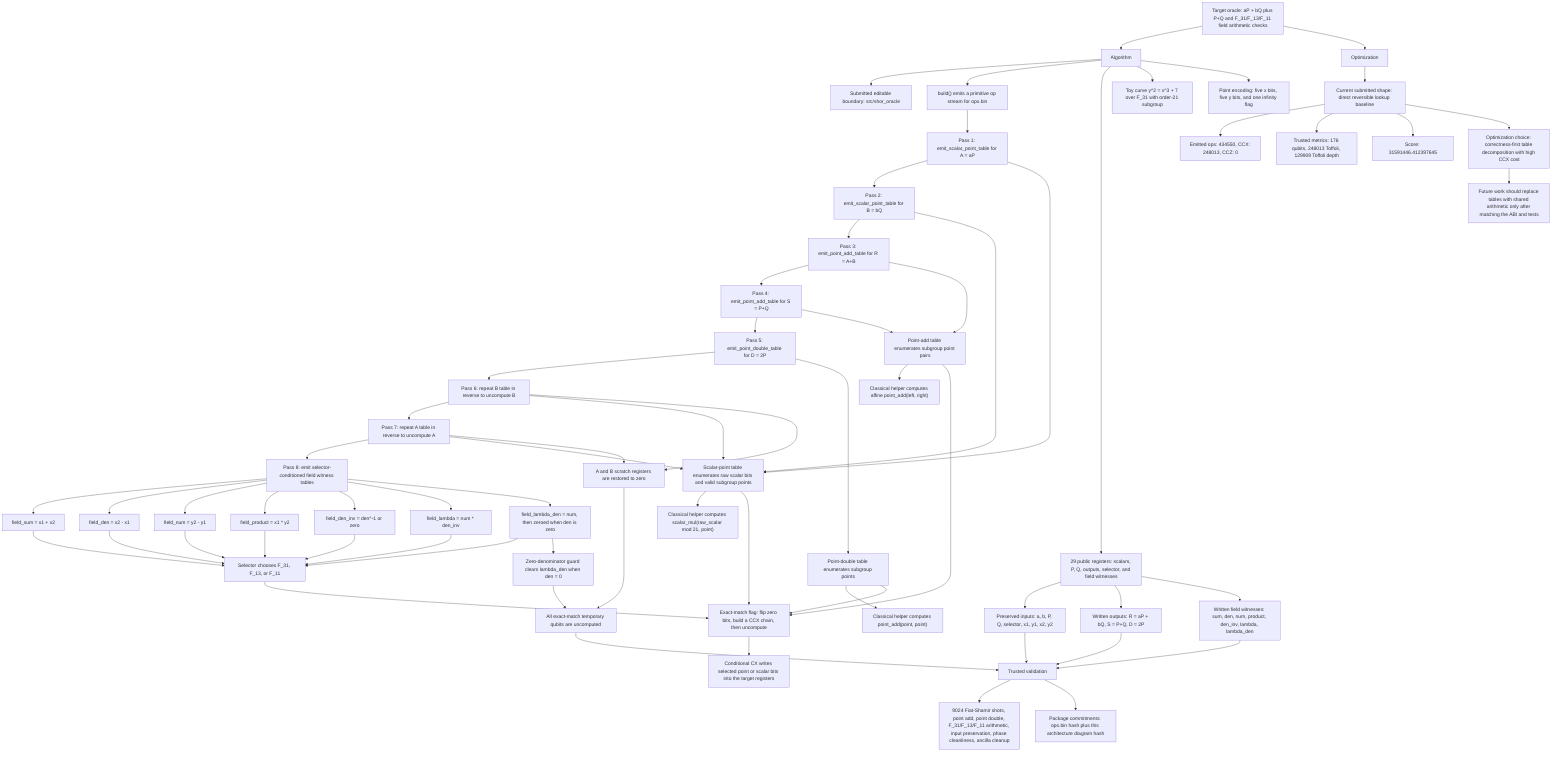
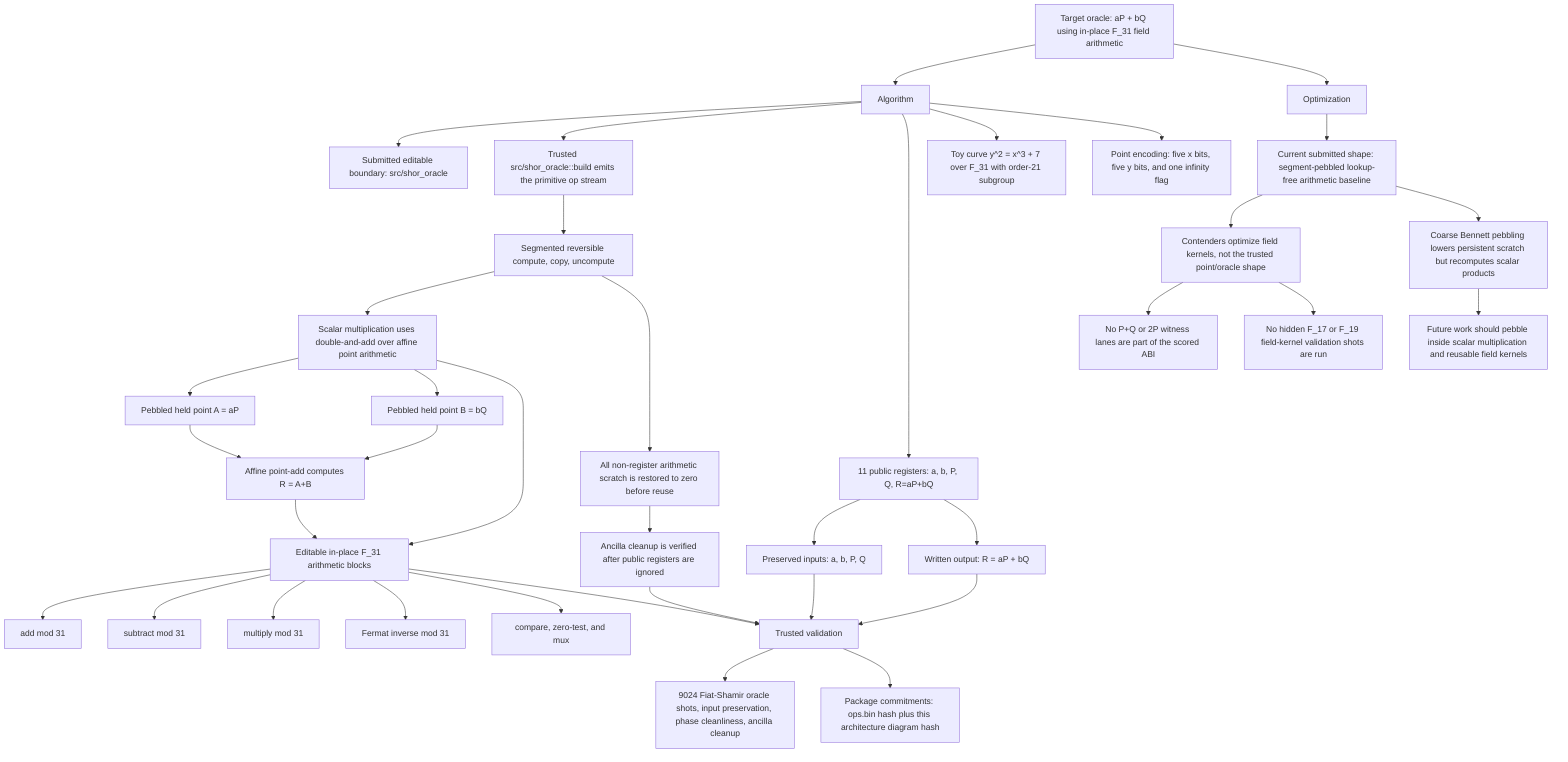
flowchart TD
-   Target["Target oracle: aP + bQ plus P+Q and F_31/F_13/F_11 field arithmetic checks"]
+   Target["Target oracle: aP + bQ using in-place F_31 field arithmetic"]
  Algorithm["Algorithm"]
  Optimization["Optimization"]

  Target --> Algorithm
  Target --> Optimization

  Algorithm --> Boundary["Submitted editable boundary: src/shor_oracle"]
-   Algorithm --> Build["build() emits a primitive op stream for ops.bin"]
-   Algorithm --> Registers["29 public registers: scalars, P, Q, outputs, selector, and field witnesses"]
+   Algorithm --> Build["Trusted src/shor_oracle::build emits the primitive op stream"]
+   Algorithm --> Registers["11 public registers: a, b, P, Q, R=aP+bQ"]
  Algorithm --> Curve["Toy curve y^2 = x^3 + 7 over F_31 with order-21 subgroup"]
  Algorithm --> Encoding["Point encoding: five x bits, five y bits, and one infinity flag"]

-   Registers --> Preserve["Preserved inputs: a, b, P, Q, selector, x1, y1, x2, y2"]
-   Registers --> Outputs["Written outputs: R = aP + bQ, S = P+Q, D = 2P"]
-   Registers --> FieldOutputs["Written field witnesses: sum, den, num, product, den_inv, lambda, lambda_den"]
+   Registers --> Preserve["Preserved inputs: a, b, P, Q"]
+   Registers --> Outputs["Written output: R = aP + bQ"]

-   Build --> Pass1["Pass 1: emit_scalar_point_table for A = aP"]
-   Pass1 --> Pass2["Pass 2: emit_scalar_point_table for B = bQ"]
-   Pass2 --> Pass3["Pass 3: emit_point_add_table for R = A+B"]
-   Pass3 --> Pass4["Pass 4: emit_point_add_table for S = P+Q"]
-   Pass4 --> Pass5["Pass 5: emit_point_double_table for D = 2P"]
-   Pass5 --> Pass6["Pass 6: repeat B table in reverse to uncompute B"]
-   Pass6 --> Pass7["Pass 7: repeat A table in reverse to uncompute A"]
-   Pass7 --> Pass8["Pass 8: emit selector-conditioned field witness tables"]
+   Build --> Segment["Segmented reversible compute, copy, uncompute"]
+   Segment --> ScalarPoint["Scalar multiplication uses double-and-add over affine point arithmetic"]
+   ScalarPoint --> ScalarA["Pebbled held point A = aP"]
+   ScalarPoint --> ScalarB["Pebbled held point B = bQ"]
+   ScalarA --> PointAdd["Affine point-add computes R = A+B"]
+   ScalarB --> PointAdd

-   Pass1 --> ScalarPoint["Scalar-point table enumerates raw scalar bits and valid subgroup points"]
-   Pass2 --> ScalarPoint
-   Pass6 --> ScalarPoint
-   Pass7 --> ScalarPoint
-   ScalarPoint --> ScalarClassical["Classical helper computes scalar_mul(raw_scalar mod 21, point)"]
+   PointAdd --> FieldArithmetic["Editable in-place F_31 arithmetic blocks"]
+   ScalarPoint --> FieldArithmetic
+   FieldArithmetic --> FieldAdd["add mod 31"]
+   FieldArithmetic --> FieldSub["subtract mod 31"]
+   FieldArithmetic --> FieldMul["multiply mod 31"]
+   FieldArithmetic --> FieldInv["Fermat inverse mod 31"]
+   FieldArithmetic --> FieldMux["compare, zero-test, and mux"]

-   Pass3 --> PointAdd["Point-add table enumerates subgroup point pairs"]
-   Pass4 --> PointAdd
-   PointAdd --> PointClassical["Classical helper computes affine point_add(left, right)"]
-   Pass5 --> PointDouble["Point-double table enumerates subgroup points"]
-   PointDouble --> DoubleClassical["Classical helper computes point_add(point, point)"]
+   Segment --> Cleanup["All non-register arithmetic scratch is restored to zero before reuse"]
+   Cleanup --> Ancilla["Ancilla cleanup is verified after public registers are ignored"]

-   Pass8 --> FieldAdd["field_sum = x1 + x2"]
-   Pass8 --> FieldDen["field_den = x2 - x1"]
-   Pass8 --> FieldNum["field_num = y2 - y1"]
-   Pass8 --> FieldMul["field_product = x1 * y2"]
-   Pass8 --> FieldInv["field_den_inv = den^-1 or zero"]
-   Pass8 --> FieldLambda["field_lambda = num * den_inv"]
-   Pass8 --> FieldLambdaDen["field_lambda_den = num, then zeroed when den is zero"]
-   FieldAdd --> FieldSpecs["Selector chooses F_31, F_13, or F_11"]
-   FieldDen --> FieldSpecs
-   FieldNum --> FieldSpecs
-   FieldMul --> FieldSpecs
-   FieldInv --> FieldSpecs
-   FieldLambda --> FieldSpecs
-   FieldLambdaDen --> FieldSpecs
- 
-   ScalarPoint --> MatchFlag["Exact-match flag: flip zero bits, build a CCX chain, then uncompute"]
-   PointAdd --> MatchFlag
-   PointDouble --> MatchFlag
-   FieldSpecs --> MatchFlag
-   MatchFlag --> ConditionalWrite["Conditional CX writes selected point or scalar bits into the target registers"]
- 
-   Pass6 --> Cleanup["A and B scratch registers are restored to zero"]
-   Pass7 --> Cleanup
-   FieldLambdaDen --> ZeroCase["Zero-denominator guard clears lambda_den when den = 0"]
-   Cleanup --> Ancilla["All exact-match temporary qubits are uncomputed"]
-   ZeroCase --> Ancilla
- 
-   Optimization --> CurrentShape["Current submitted shape: direct reversible lookup baseline"]
-   CurrentShape --> StaticMetrics["Emitted ops: 434550, CCX: 248013, CCZ: 0"]
-   CurrentShape --> ExecutedMetrics["Trusted metrics: 176 qubits, 248013 Toffoli, 129909 Toffoli depth"]
-   CurrentShape --> Score["Score: 31591446.412397645"]
-   CurrentShape --> Tradeoff["Optimization choice: correctness-first table decomposition with high CCX cost"]
-   Tradeoff --> ReplaceLater["Future work should replace tables with shared arithmetic only after matching the ABI and tests"]
+   Optimization --> CurrentShape["Current submitted shape: segment-pebbled lookup-free arithmetic baseline"]
+   CurrentShape --> Contract["Contenders optimize field kernels, not the trusted point/oracle shape"]
+   Contract --> NoPublicWitness["No P+Q or 2P witness lanes are part of the scored ABI"]
+   Contract --> NoHiddenWitness["No hidden F_17 or F_19 field-kernel validation shots are run"]
+   CurrentShape --> Tradeoff["Coarse Bennett pebbling lowers persistent scratch but recomputes scalar products"]
+   Tradeoff --> ReplaceLater["Future work should pebble inside scalar multiplication and reusable field kernels"]

  Preserve --> Validation["Trusted validation"]
  Outputs --> Validation
-   FieldOutputs --> Validation
+   FieldArithmetic --> Validation
  Ancilla --> Validation
-   Validation --> Checks["9024 Fiat-Shamir shots, point add, point double, F_31/F_13/F_11 arithmetic, input preservation, phase cleanliness, ancilla cleanup"]
+   Validation --> Checks["9024 Fiat-Shamir oracle shots, input preservation, phase cleanliness, ancilla cleanup"]
  Validation --> Commitments["Package commitments: ops.bin hash plus this architecture diagram hash"]
